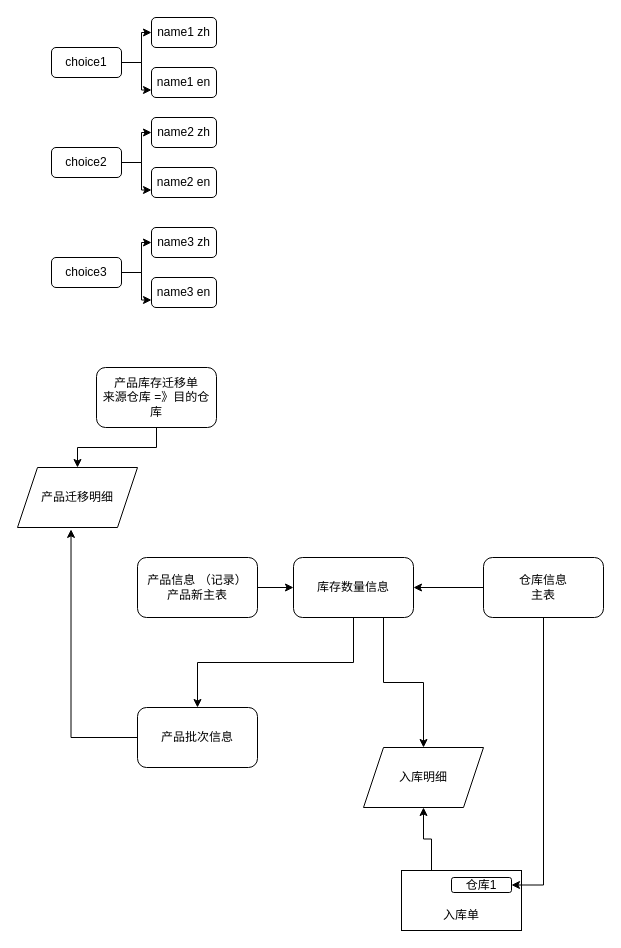
Before: page "Entity" (3 of 9) of ERDiagram.drawio in sbosleo/sbosmobile, a draw.io diagram. Source tidied: cells renumbered, new cells numbered last; positions are measured from the earlier drawing's top-left corner, leaving out a move shared by most shapes. Both pictures are drawn from the tidied source at 100%, with x=0, y=0 at pixel (17, 17).
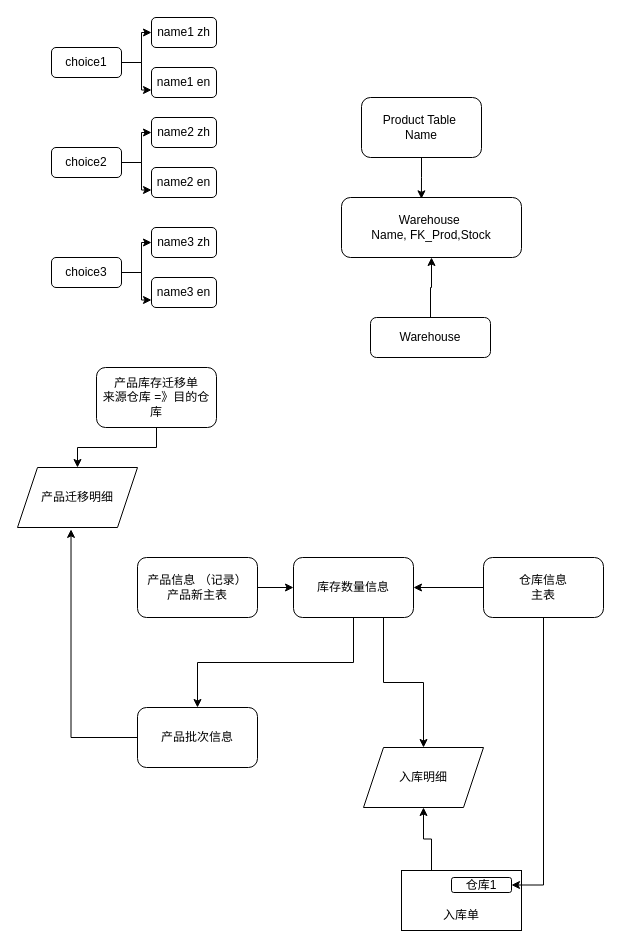
Above is the later version.

The edit, as a diff of the source:
```diff
@@
+    <mxCell id="34" value="Product Table&amp;nbsp;&lt;div&gt;Name&lt;/div&gt;" style="rounded=1;whiteSpace=wrap;html=1;" parent="1" vertex="1">
+      <mxGeometry x="344" y="80" width="120" height="60" as="geometry" />
+    </mxCell>
+    <mxCell id="35" value="Warehouse&amp;nbsp;&lt;div&gt;Name, FK_Prod,Stock&lt;/div&gt;" style="rounded=1;whiteSpace=wrap;html=1;" parent="1" vertex="1">
+      <mxGeometry x="324" y="180" width="180" height="60" as="geometry" />
+    </mxCell>
+    <mxCell id="36" style="edgeStyle=orthogonalEdgeStyle;rounded=0;jettySize=auto;html=1;exitX=0.5;exitY=0;exitDx=0;exitDy=0;entryX=0.5;entryY=1;entryDx=0;entryDy=0;" parent="1" edge="1" source="37" target="35">
+      <mxGeometry relative="1" as="geometry" />
+    </mxCell>
+    <mxCell id="37" value="Warehouse" style="rounded=1;whiteSpace=wrap;html=1;" parent="1" vertex="1">
+      <mxGeometry x="353" y="300" width="120" height="40" as="geometry" />
+    </mxCell>
+    <mxCell id="38" style="edgeStyle=orthogonalEdgeStyle;rounded=0;jettySize=auto;html=1;exitX=0.5;exitY=1;exitDx=0;exitDy=0;entryX=0.444;entryY=0.022;entryDx=0;entryDy=0;entryPerimeter=0;" parent="1" edge="1" source="34" target="35">
+      <mxGeometry relative="1" as="geometry" />
+    </mxCell>
```
